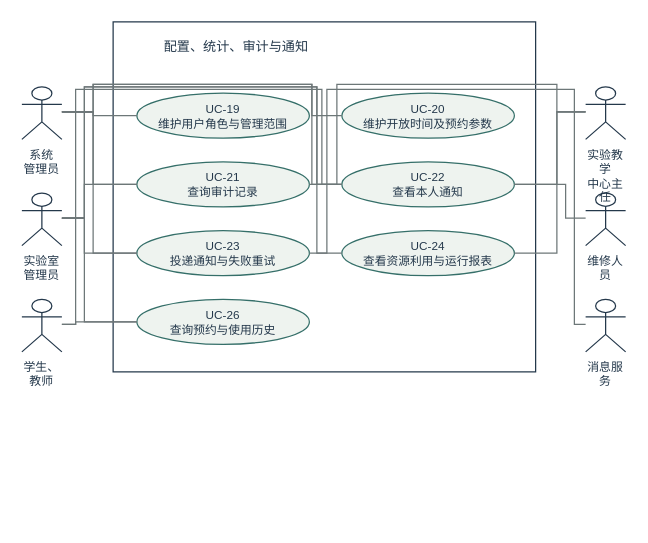
yvming67-gif/campus-lab-equipment-manager keeps this draw.io diagram as models/图形源文件/图4-5-统计支撑用例分图.drawio. Above is the earlier version. Source tidied: cells renumbered, new cells numbered last; positions are measured from the earlier drawing's top-left corner, leaving out a move shared by most shapes. Both pictures are drawn from the tidied source at 125%, with x=0, y=0 at pixel (21, 21).
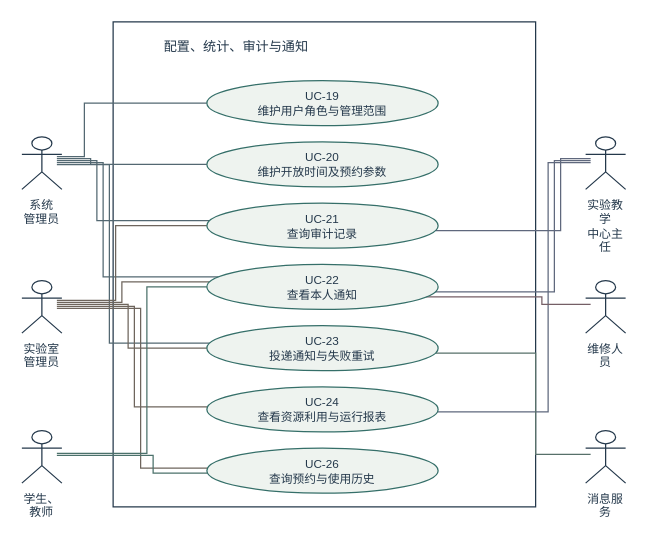
The same diagram, later.

Change to the diagram source:
```diff
@@
     <mxCell id="2" style="rounded=0;strokeColor=#24384b;fillColor=none;whiteSpace=wrap;html=1;fontFamily=Microsoft YaHei;fontSize=10;fontColor=#24384b;" parent="1" vertex="1">
-      <mxGeometry x="73" width="338" height="280" as="geometry" />
+      <mxGeometry x="73" width="338" height="388" as="geometry" />
     </mxCell>
-    <mxCell id="3" value="配置、统计、审计与通知" style="text;strokeColor=none;fillColor=none;whiteSpace=wrap;html=1;fontFamily=Microsoft YaHei;fontSize=10.5;fontColor=#24384b;" parent="1" vertex="1">
-      <mxGeometry x="112" y="7" width="260" height="25" as="geometry" />
+    <mxCell id="3" style="edgeStyle=none;rounded=0;endArrow=none;dashed=0;strokeColor=#536872;exitX=0.875;exitY=0.37619047619047613;exitPerimeter=0;entryX=0.0;entryY=0.5;entryPerimeter=0;" parent="1" edge="1" source="11" target="4">
+      <mxGeometry relative="1" as="geometry">
+        <Array as="points">
+          <mxPoint x="50" y="107.8" />
+          <mxPoint x="50" y="65" />
+        </Array>
+      </mxGeometry>
     </mxCell>
+    <mxCell id="34" style="edgeStyle=none;rounded=0;endArrow=none;dashed=0;strokeColor=#536872;exitX=0.875;exitY=0.4142857142857144;exitPerimeter=0;entryX=0.0;entryY=0.5;entryPerimeter=0;" parent="1" edge="1" source="11" target="5">
+      <mxGeometry relative="1" as="geometry">
+        <Array as="points">
+          <mxPoint x="55" y="109.4" />
+          <mxPoint x="55" y="114" />
+        </Array>
+      </mxGeometry>
+    </mxCell>
+    <mxCell id="35" style="edgeStyle=none;rounded=0;endArrow=none;dashed=0;strokeColor=#536872;exitX=0.875;exitY=0.4523809523809524;exitPerimeter=0;entryX=0.01250197847821547;entryY=0.3888888888888889;entryPerimeter=0;" parent="1" edge="1" source="11" target="6">
+      <mxGeometry relative="1" as="geometry">
+        <Array as="points">
+          <mxPoint x="60" y="111" />
+          <mxPoint x="60" y="159" />
+        </Array>
+      </mxGeometry>
+    </mxCell>
+    <mxCell id="36" style="edgeStyle=none;rounded=0;endArrow=none;dashed=0;strokeColor=#536872;exitX=0.875;exitY=0.49047619047619034;exitPerimeter=0;entryX=0.052096791761191585;entryY=0.2777777777777778;entryPerimeter=0;" parent="1" edge="1" source="11" target="7">
+      <mxGeometry relative="1" as="geometry">
+        <Array as="points">
+          <mxPoint x="65" y="112.6" />
+          <mxPoint x="65" y="204" />
+        </Array>
+      </mxGeometry>
+    </mxCell>
+    <mxCell id="37" style="edgeStyle=none;rounded=0;endArrow=none;dashed=0;strokeColor=#536872;exitX=0.875;exitY=0.5285714285714287;exitPerimeter=0;entryX=0.01250197847821547;entryY=0.3888888888888889;entryPerimeter=0;" parent="1" edge="1" source="11" target="8">
+      <mxGeometry relative="1" as="geometry">
+        <Array as="points">
+          <mxPoint x="70" y="114.2" />
+          <mxPoint x="70" y="257" />
+        </Array>
+      </mxGeometry>
+    </mxCell>
+    <mxCell id="38" style="edgeStyle=none;rounded=0;endArrow=none;dashed=0;strokeColor=#6e655d;exitX=0.875;exitY=0.37619047619047646;exitPerimeter=0;entryX=0.0;entryY=0.5;entryPerimeter=0;" parent="1" edge="1" source="17" target="6">
+      <mxGeometry relative="1" as="geometry">
+        <Array as="points">
+          <mxPoint x="75" y="222.8" />
+          <mxPoint x="75" y="163" />
+        </Array>
+      </mxGeometry>
+    </mxCell>
+    <mxCell id="39" style="edgeStyle=none;rounded=0;endArrow=none;dashed=0;strokeColor=#6e655d;exitX=0.875;exitY=0.4142857142857144;exitPerimeter=0;entryX=0.01250197847821547;entryY=0.3888888888888889;entryPerimeter=0;" parent="1" edge="1" source="17" target="7">
+      <mxGeometry relative="1" as="geometry">
+        <Array as="points">
+          <mxPoint x="80" y="224.4" />
+          <mxPoint x="80" y="208" />
+        </Array>
+      </mxGeometry>
+    </mxCell>
+    <mxCell id="40" style="edgeStyle=none;rounded=0;endArrow=none;dashed=0;strokeColor=#6e655d;exitX=0.875;exitY=0.4523809523809524;exitPerimeter=0;entryX=0.0;entryY=0.5;entryPerimeter=0;" parent="1" edge="1" source="17" target="8">
+      <mxGeometry relative="1" as="geometry">
+        <Array as="points">
+          <mxPoint x="85" y="226" />
+          <mxPoint x="85" y="261" />
+        </Array>
+      </mxGeometry>
+    </mxCell>
+    <mxCell id="21" style="edgeStyle=none;rounded=0;endArrow=none;dashed=0;strokeColor=#6e655d;exitX=0.875;exitY=0.49047619047619034;exitPerimeter=0;entryX=0.0030960050000467653;entryY=0.4444444444444444;entryPerimeter=0;" parent="1" edge="1" source="17" target="9">
+      <mxGeometry relative="1" as="geometry">
+        <Array as="points">
+          <mxPoint x="90" y="227.6" />
+          <mxPoint x="90" y="308" />
+        </Array>
+      </mxGeometry>
+    </mxCell>
+    <mxCell id="12" style="edgeStyle=none;rounded=0;endArrow=none;dashed=0;strokeColor=#6e655d;exitX=0.875;exitY=0.5285714285714282;exitPerimeter=0;entryX=0.0030960050000467653;entryY=0.4444444444444444;entryPerimeter=0;" parent="1" edge="1" source="17" target="10">
+      <mxGeometry relative="1" as="geometry">
+        <Array as="points">
+          <mxPoint x="95" y="229.2" />
+          <mxPoint x="95" y="357" />
+        </Array>
+      </mxGeometry>
+    </mxCell>
+    <mxCell id="13" style="edgeStyle=none;rounded=0;endArrow=none;dashed=0;strokeColor=#4b716b;exitX=0.875;exitY=0.43333333333333307;exitPerimeter=0;entryX=0.0;entryY=0.5;entryPerimeter=0;" parent="1" edge="1" source="23" target="7">
+      <mxGeometry relative="1" as="geometry">
+        <Array as="points">
+          <mxPoint x="100" y="345.2" />
+          <mxPoint x="100" y="212" />
+        </Array>
+      </mxGeometry>
+    </mxCell>
+    <mxCell id="14" style="edgeStyle=none;rounded=0;endArrow=none;dashed=0;strokeColor=#4b716b;exitX=0.875;exitY=0.4714285714285717;exitPerimeter=0;entryX=0.0030960050000467653;entryY=0.5555555555555556;entryPerimeter=0;" parent="1" edge="1" source="23" target="10">
+      <mxGeometry relative="1" as="geometry">
+        <Array as="points">
+          <mxPoint x="105" y="346.8" />
+          <mxPoint x="105" y="361" />
+        </Array>
+      </mxGeometry>
+    </mxCell>
+    <mxCell id="15" style="edgeStyle=none;rounded=0;endArrow=none;dashed=0;strokeColor=#5f687d;exitX=0.125;exitY=0.4142857142857144;exitPerimeter=0;entryX=0.9874980215217843;entryY=0.6111111111111112;entryPerimeter=0;" parent="1" edge="1" source="26" target="6">
+      <mxGeometry relative="1" as="geometry">
+        <Array as="points">
+          <mxPoint x="431" y="109.4" />
+          <mxPoint x="431" y="167" />
+        </Array>
+      </mxGeometry>
+    </mxCell>
+    <mxCell id="16" style="edgeStyle=none;rounded=0;endArrow=none;dashed=0;strokeColor=#5f687d;exitX=0.125;exitY=0.4523809523809524;exitPerimeter=0;entryX=0.9874980215217843;entryY=0.6111111111111112;entryPerimeter=0;" parent="1" edge="1" source="26" target="7">
+      <mxGeometry relative="1" as="geometry">
+        <Array as="points">
+          <mxPoint x="426" y="111" />
+          <mxPoint x="426" y="216" />
+        </Array>
+      </mxGeometry>
+    </mxCell>
+    <mxCell id="29" style="edgeStyle=none;rounded=0;endArrow=none;dashed=0;strokeColor=#5f687d;exitX=0.125;exitY=0.49047619047619034;exitPerimeter=0;entryX=0.9969039949999532;entryY=0.5555555555555556;entryPerimeter=0;" parent="1" edge="1" source="26" target="9">
+      <mxGeometry relative="1" as="geometry">
+        <Array as="points">
+          <mxPoint x="421" y="112.6" />
+          <mxPoint x="421" y="312" />
+        </Array>
+      </mxGeometry>
+    </mxCell>
+    <mxCell id="18" style="edgeStyle=none;rounded=0;endArrow=none;dashed=0;strokeColor=#755f66;exitX=0.125;exitY=0.4523809523809524;exitPerimeter=0;entryX=0.9479032082388084;entryY=0.7222222222222222;entryPerimeter=0;" parent="1" edge="1" source="30" target="7">
+      <mxGeometry relative="1" as="geometry">
+        <Array as="points">
+          <mxPoint x="416" y="226" />
+          <mxPoint x="416" y="220" />
+        </Array>
+      </mxGeometry>
+    </mxCell>
+    <mxCell id="19" style="edgeStyle=none;rounded=0;endArrow=none;dashed=0;strokeColor=#57706a;exitX=0.125;exitY=0.4523809523809524;exitPerimeter=0;entryX=0.9874980215217843;entryY=0.6111111111111112;entryPerimeter=0;" parent="1" edge="1" source="32" target="8">
+      <mxGeometry relative="1" as="geometry">
+        <Array as="points">
+          <mxPoint x="411" y="346" />
+          <mxPoint x="411" y="265" />
+        </Array>
+      </mxGeometry>
+    </mxCell>
+    <mxCell id="20" value="配置、统计、审计与通知" style="text;strokeColor=none;fillColor=none;whiteSpace=wrap;html=1;fontFamily=Microsoft YaHei;fontSize=10.5;fontColor=#24384b;" parent="1" vertex="1">
+      <mxGeometry x="112" y="7" width="260" height="25" as="geometry" />
+    </mxCell>
     <mxCell id="4" value="UC-19&lt;br&gt;维护用户角色与管理范围" style="ellipse;strokeColor=#356f69;fillColor=#eef3ef;whiteSpace=wrap;html=1;fontFamily=Microsoft YaHei;fontSize=9.4;fontColor=#24384b;" parent="1" vertex="1">
-      <mxGeometry x="92" y="57" width="138" height="36" as="geometry" />
+      <mxGeometry x="148" y="47" width="185" height="36" as="geometry" />
     </mxCell>
     <mxCell id="5" value="UC-20&lt;br&gt;维护开放时间及预约参数" style="ellipse;strokeColor=#356f69;fillColor=#eef3ef;whiteSpace=wrap;html=1;fontFamily=Microsoft YaHei;fontSize=9.4;fontColor=#24384b;" parent="1" vertex="1">
-      <mxGeometry x="256" y="57" width="138" height="36" as="geometry" />
+      <mxGeometry x="148" y="96" width="185" height="36" as="geometry" />
     </mxCell>
     <mxCell id="6" value="UC-21&lt;br&gt;查询审计记录" style="ellipse;strokeColor=#356f69;fillColor=#eef3ef;whiteSpace=wrap;html=1;fontFamily=Microsoft YaHei;fontSize=9.4;fontColor=#24384b;" parent="1" vertex="1">
-      <mxGeometry x="92" y="112" width="138" height="36" as="geometry" />
+      <mxGeometry x="148" y="145" width="185" height="36" as="geometry" />
     </mxCell>
     <mxCell id="7" value="UC-22&lt;br&gt;查看本人通知" style="ellipse;strokeColor=#356f69;fillColor=#eef3ef;whiteSpace=wrap;html=1;fontFamily=Microsoft YaHei;fontSize=9.4;fontColor=#24384b;" parent="1" vertex="1">
-      <mxGeometry x="256" y="112" width="138" height="36" as="geometry" />
+      <mxGeometry x="148" y="194" width="185" height="36" as="geometry" />
     </mxCell>
     <mxCell id="8" value="UC-23&lt;br&gt;投递通知与失败重试" style="ellipse;strokeColor=#356f69;fillColor=#eef3ef;whiteSpace=wrap;html=1;fontFamily=Microsoft YaHei;fontSize=9.4;fontColor=#24384b;" parent="1" vertex="1">
-      <mxGeometry x="92" y="167" width="138" height="36" as="geometry" />
+      <mxGeometry x="148" y="243" width="185" height="36" as="geometry" />
     </mxCell>
     <mxCell id="9" value="UC-24&lt;br&gt;查看资源利用与运行报表" style="ellipse;strokeColor=#356f69;fillColor=#eef3ef;whiteSpace=wrap;html=1;fontFamily=Microsoft YaHei;fontSize=9.4;fontColor=#24384b;" parent="1" vertex="1">
-      <mxGeometry x="256" y="167" width="138" height="36" as="geometry" />
+      <mxGeometry x="148" y="292" width="185" height="36" as="geometry" />
     </mxCell>
     <mxCell id="10" value="UC-26&lt;br&gt;查询预约与使用历史" style="ellipse;strokeColor=#356f69;fillColor=#eef3ef;whiteSpace=wrap;html=1;fontFamily=Microsoft YaHei;fontSize=9.4;fontColor=#24384b;" parent="1" vertex="1">
-      <mxGeometry x="92" y="222" width="138" height="36" as="geometry" />
+      <mxGeometry x="148" y="341" width="185" height="36" as="geometry" />
     </mxCell>
     <mxCell id="11" value="系统&lt;br&gt;管理员" style="shape=umlActor;verticalLabelPosition=bottom;verticalAlign=top;strokeColor=#24384b;fillColor=none;whiteSpace=wrap;html=1;fontFamily=Microsoft YaHei;fontSize=9.5;fontColor=#24384b;" parent="1" vertex="1">
-      <mxGeometry y="52" width="32" height="42" as="geometry" />
+      <mxGeometry y="92" width="32" height="42" as="geometry" />
     </mxCell>
-    <mxCell id="12" style="edgeStyle=none;rounded=0;endArrow=none;dashed=0;strokeColor=#6d7778;exitX=1.0;exitY=0.47619047619047616;exitPerimeter=0;entryX=0.0;entryY=0.5;entryPerimeter=0;" parent="1" edge="1" source="11" target="4">
-      <mxGeometry relative="1" as="geometry">
-        <Array as="points">
-          <mxPoint x="57" y="72" />
-          <mxPoint x="57" y="75" />
-        </Array>
-      </mxGeometry>
-    </mxCell>
-    <mxCell id="13" style="edgeStyle=none;rounded=0;endArrow=none;dashed=0;strokeColor=#6d7778;exitX=1.0;exitY=0.47619047619047616;exitPerimeter=0;entryX=0.0;entryY=0.5;entryPerimeter=0;" parent="1" edge="1" source="11" target="5">
-      <mxGeometry relative="1" as="geometry">
-        <Array as="points">
-          <mxPoint x="57" y="72" />
-          <mxPoint x="57" y="50" />
-          <mxPoint x="232" y="50" />
-          <mxPoint x="232" y="75" />
-        </Array>
-      </mxGeometry>
-    </mxCell>
-    <mxCell id="14" style="edgeStyle=none;rounded=0;endArrow=none;dashed=0;strokeColor=#6d7778;exitX=1.0;exitY=0.47619047619047616;exitPerimeter=0;entryX=0.0;entryY=0.5;entryPerimeter=0;" parent="1" edge="1" source="11" target="6">
-      <mxGeometry relative="1" as="geometry">
-        <Array as="points">
-          <mxPoint x="57" y="72" />
-          <mxPoint x="57" y="130" />
-        </Array>
-      </mxGeometry>
-    </mxCell>
-    <mxCell id="15" style="edgeStyle=none;rounded=0;endArrow=none;dashed=0;strokeColor=#6d7778;exitX=1.0;exitY=0.47619047619047616;exitPerimeter=0;entryX=0.0;entryY=0.5;entryPerimeter=0;" parent="1" edge="1" source="11" target="7">
-      <mxGeometry relative="1" as="geometry">
-        <Array as="points">
-          <mxPoint x="57" y="72" />
-          <mxPoint x="57" y="50" />
-          <mxPoint x="232" y="50" />
-          <mxPoint x="232" y="130" />
-        </Array>
-      </mxGeometry>
-    </mxCell>
-    <mxCell id="16" style="edgeStyle=none;rounded=0;endArrow=none;dashed=0;strokeColor=#6d7778;exitX=1.0;exitY=0.47619047619047616;exitPerimeter=0;entryX=0.0;entryY=0.5;entryPerimeter=0;" parent="1" edge="1" source="11" target="8">
-      <mxGeometry relative="1" as="geometry">
-        <Array as="points">
-          <mxPoint x="57" y="72" />
-          <mxPoint x="57" y="185" />
-        </Array>
-      </mxGeometry>
-    </mxCell>
     <mxCell id="17" value="实验室&lt;br&gt;管理员" style="shape=umlActor;verticalLabelPosition=bottom;verticalAlign=top;strokeColor=#24384b;fillColor=none;whiteSpace=wrap;html=1;fontFamily=Microsoft YaHei;fontSize=9.5;fontColor=#24384b;" parent="1" vertex="1">
-      <mxGeometry y="137" width="32" height="42" as="geometry" />
+      <mxGeometry y="207" width="32" height="42" as="geometry" />
     </mxCell>
-    <mxCell id="18" style="edgeStyle=none;rounded=0;endArrow=none;dashed=0;strokeColor=#6d7778;exitX=1.0;exitY=0.47619047619047616;exitPerimeter=0;entryX=0.0;entryY=0.5;entryPerimeter=0;" parent="1" edge="1" source="17" target="6">
-      <mxGeometry relative="1" as="geometry">
-        <Array as="points">
-          <mxPoint x="50" y="157" />
-          <mxPoint x="50" y="130" />
-        </Array>
-      </mxGeometry>
-    </mxCell>
-    <mxCell id="19" style="edgeStyle=none;rounded=0;endArrow=none;dashed=0;strokeColor=#6d7778;exitX=1.0;exitY=0.47619047619047616;exitPerimeter=0;entryX=0.0;entryY=0.5;entryPerimeter=0;" parent="1" edge="1" source="17" target="7">
-      <mxGeometry relative="1" as="geometry">
-        <Array as="points">
-          <mxPoint x="50" y="157" />
-          <mxPoint x="50" y="52" />
-          <mxPoint x="236" y="52" />
-          <mxPoint x="236" y="130" />
-        </Array>
-      </mxGeometry>
-    </mxCell>
-    <mxCell id="20" style="edgeStyle=none;rounded=0;endArrow=none;dashed=0;strokeColor=#6d7778;exitX=1.0;exitY=0.47619047619047616;exitPerimeter=0;entryX=0.0;entryY=0.5;entryPerimeter=0;" parent="1" edge="1" source="17" target="8">
-      <mxGeometry relative="1" as="geometry">
-        <Array as="points">
-          <mxPoint x="50" y="157" />
-          <mxPoint x="50" y="185" />
-        </Array>
-      </mxGeometry>
-    </mxCell>
-    <mxCell id="21" style="edgeStyle=none;rounded=0;endArrow=none;dashed=0;strokeColor=#6d7778;exitX=1.0;exitY=0.47619047619047616;exitPerimeter=0;entryX=0.0;entryY=0.5;entryPerimeter=0;" parent="1" edge="1" source="17" target="9">
-      <mxGeometry relative="1" as="geometry">
-        <Array as="points">
-          <mxPoint x="50" y="157" />
-          <mxPoint x="50" y="52" />
-          <mxPoint x="236" y="52" />
-          <mxPoint x="236" y="185" />
-        </Array>
-      </mxGeometry>
-    </mxCell>
-    <mxCell id="22" style="edgeStyle=none;rounded=0;endArrow=none;dashed=0;strokeColor=#6d7778;exitX=1.0;exitY=0.47619047619047616;exitPerimeter=0;entryX=0.0;entryY=0.5;entryPerimeter=0;" parent="1" edge="1" source="17" target="10">
-      <mxGeometry relative="1" as="geometry">
-        <Array as="points">
-          <mxPoint x="50" y="157" />
-          <mxPoint x="50" y="240" />
-        </Array>
-      </mxGeometry>
-    </mxCell>
     <mxCell id="23" value="学生、教师" style="shape=umlActor;verticalLabelPosition=bottom;verticalAlign=top;strokeColor=#24384b;fillColor=none;whiteSpace=wrap;html=1;fontFamily=Microsoft YaHei;fontSize=9.5;fontColor=#24384b;" parent="1" vertex="1">
-      <mxGeometry y="222" width="32" height="42" as="geometry" />
+      <mxGeometry y="327" width="32" height="42" as="geometry" />
     </mxCell>
-    <mxCell id="24" style="edgeStyle=none;rounded=0;endArrow=none;dashed=0;strokeColor=#6d7778;exitX=1.0;exitY=0.47619047619047616;exitPerimeter=0;entryX=0.0;entryY=0.5;entryPerimeter=0;" parent="1" edge="1" source="23" target="7">
-      <mxGeometry relative="1" as="geometry">
-        <Array as="points">
-          <mxPoint x="43" y="242" />
-          <mxPoint x="43" y="54" />
-          <mxPoint x="240" y="54" />
-          <mxPoint x="240" y="130" />
-        </Array>
-      </mxGeometry>
-    </mxCell>
-    <mxCell id="25" style="edgeStyle=none;rounded=0;endArrow=none;dashed=0;strokeColor=#6d7778;exitX=1.0;exitY=0.47619047619047616;exitPerimeter=0;entryX=0.0;entryY=0.5;entryPerimeter=0;" parent="1" edge="1" source="23" target="10">
-      <mxGeometry relative="1" as="geometry">
-        <Array as="points">
-          <mxPoint x="43" y="242" />
-          <mxPoint x="43" y="240" />
-        </Array>
-      </mxGeometry>
-    </mxCell>
     <mxCell id="26" value="实验教学&lt;br&gt;中心主任" style="shape=umlActor;verticalLabelPosition=bottom;verticalAlign=top;strokeColor=#24384b;fillColor=none;whiteSpace=wrap;html=1;fontFamily=Microsoft YaHei;fontSize=9.5;fontColor=#24384b;" parent="1" vertex="1">
-      <mxGeometry x="451" y="52" width="32" height="42" as="geometry" />
+      <mxGeometry x="451" y="92" width="32" height="42" as="geometry" />
     </mxCell>
-    <mxCell id="27" style="edgeStyle=none;rounded=0;endArrow=none;dashed=0;strokeColor=#6d7778;exitX=0.0;exitY=0.47619047619047616;exitPerimeter=0;entryX=1.0;entryY=0.5;entryPerimeter=0;" parent="1" edge="1" source="26" target="6">
-      <mxGeometry relative="1" as="geometry">
-        <Array as="points">
-          <mxPoint x="428" y="72" />
-          <mxPoint x="428" y="50" />
-          <mxPoint x="252" y="50" />
-          <mxPoint x="252" y="130" />
-        </Array>
-      </mxGeometry>
-    </mxCell>
-    <mxCell id="28" style="edgeStyle=none;rounded=0;endArrow=none;dashed=0;strokeColor=#6d7778;exitX=0.0;exitY=0.47619047619047616;exitPerimeter=0;entryX=1.0;entryY=0.5;entryPerimeter=0;" parent="1" edge="1" source="26" target="7">
-      <mxGeometry relative="1" as="geometry">
-        <Array as="points">
-          <mxPoint x="428" y="72" />
-          <mxPoint x="428" y="130" />
-        </Array>
-      </mxGeometry>
-    </mxCell>
-    <mxCell id="29" style="edgeStyle=none;rounded=0;endArrow=none;dashed=0;strokeColor=#6d7778;exitX=0.0;exitY=0.47619047619047616;exitPerimeter=0;entryX=1.0;entryY=0.5;entryPerimeter=0;" parent="1" edge="1" source="26" target="9">
-      <mxGeometry relative="1" as="geometry">
-        <Array as="points">
-          <mxPoint x="428" y="72" />
-          <mxPoint x="428" y="185" />
-        </Array>
-      </mxGeometry>
-    </mxCell>
     <mxCell id="30" value="维修人员" style="shape=umlActor;verticalLabelPosition=bottom;verticalAlign=top;strokeColor=#24384b;fillColor=none;whiteSpace=wrap;html=1;fontFamily=Microsoft YaHei;fontSize=9.5;fontColor=#24384b;" parent="1" vertex="1">
-      <mxGeometry x="451" y="137" width="32" height="42" as="geometry" />
+      <mxGeometry x="451" y="207" width="32" height="42" as="geometry" />
     </mxCell>
-    <mxCell id="31" style="edgeStyle=none;rounded=0;endArrow=none;dashed=0;strokeColor=#6d7778;exitX=0.0;exitY=0.47619047619047616;exitPerimeter=0;entryX=1.0;entryY=0.5;entryPerimeter=0;" parent="1" edge="1" source="30" target="7">
-      <mxGeometry relative="1" as="geometry">
-        <Array as="points">
-          <mxPoint x="435" y="157" />
-          <mxPoint x="435" y="130" />
-        </Array>
-      </mxGeometry>
-    </mxCell>
     <mxCell id="32" value="消息服务" style="shape=umlActor;verticalLabelPosition=bottom;verticalAlign=top;strokeColor=#24384b;fillColor=none;whiteSpace=wrap;html=1;fontFamily=Microsoft YaHei;fontSize=9.5;fontColor=#24384b;" parent="1" vertex="1">
-      <mxGeometry x="451" y="222" width="32" height="42" as="geometry" />
+      <mxGeometry x="451" y="327" width="32" height="42" as="geometry" />
     </mxCell>
-    <mxCell id="33" style="edgeStyle=none;rounded=0;endArrow=none;dashed=0;strokeColor=#6d7778;exitX=0.0;exitY=0.47619047619047616;exitPerimeter=0;entryX=1.0;entryY=0.5;entryPerimeter=0;" parent="1" edge="1" source="32" target="8">
-      <mxGeometry relative="1" as="geometry">
-        <Array as="points">
-          <mxPoint x="442" y="242" />
-          <mxPoint x="442" y="54" />
-          <mxPoint x="244" y="54" />
-          <mxPoint x="244" y="185" />
-        </Array>
-      </mxGeometry>
-    </mxCell>
```
